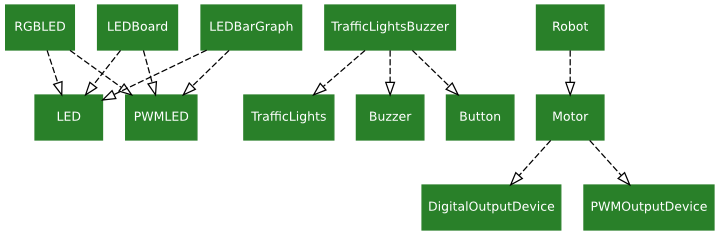
Above: docs/images/composed_devices.png in gpiozero/gpiozero (Graphviz), before the change. Its source is kept beside it as docs/images/composed_devices.dot.
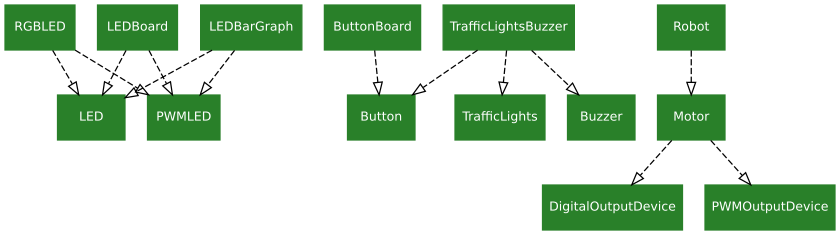
After the commit.

Commit message:
Quick addition of ButtonBoard docs

Change to the diagram source:
```diff
@@ -12,6 +12,8 @@
     LEDBarGraph->LED;
     LEDBarGraph->PWMLED;
 
+    ButtonBoard->Button;
+
     TrafficLightsBuzzer->TrafficLights;
     TrafficLightsBuzzer->Buzzer;
     TrafficLightsBuzzer->Button;
```
